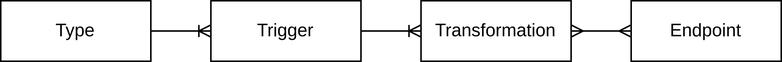
The draw.io diagram docs/erd.drawio.png in samcole8/sendlog, before a commit. Source tidied: cells renumbered, new cells last; positions are measured from the earlier drawing's top-left corner, leaving out a move shared by most shapes.
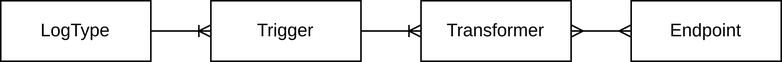
After the change.

What changed in the source:
```diff
@@ -8,10 +8,10 @@
     <mxCell id="3" style="edgeStyle=entityRelationEdgeStyle;fontSize=12;html=1;endArrow=ERoneToMany;" parent="1" edge="1" source="6" target="4">
       <mxGeometry relative="1" as="geometry" />
     </mxCell>
-    <mxCell id="4" value="Transformation" style="whiteSpace=wrap;html=1;align=center;" parent="1" vertex="1">
+    <mxCell id="4" value="Transformer" style="whiteSpace=wrap;html=1;align=center;" parent="1" vertex="1">
       <mxGeometry x="280" width="100" height="40" as="geometry" />
     </mxCell>
-    <mxCell id="5" value="Type" style="whiteSpace=wrap;html=1;align=center;" parent="1" vertex="1">
+    <mxCell id="5" value="LogType" style="whiteSpace=wrap;html=1;align=center;" parent="1" vertex="1">
       <mxGeometry width="100" height="40" as="geometry" />
     </mxCell>
     <mxCell id="6" value="Trigger" style="whiteSpace=wrap;html=1;align=center;" parent="1" vertex="1">
```
